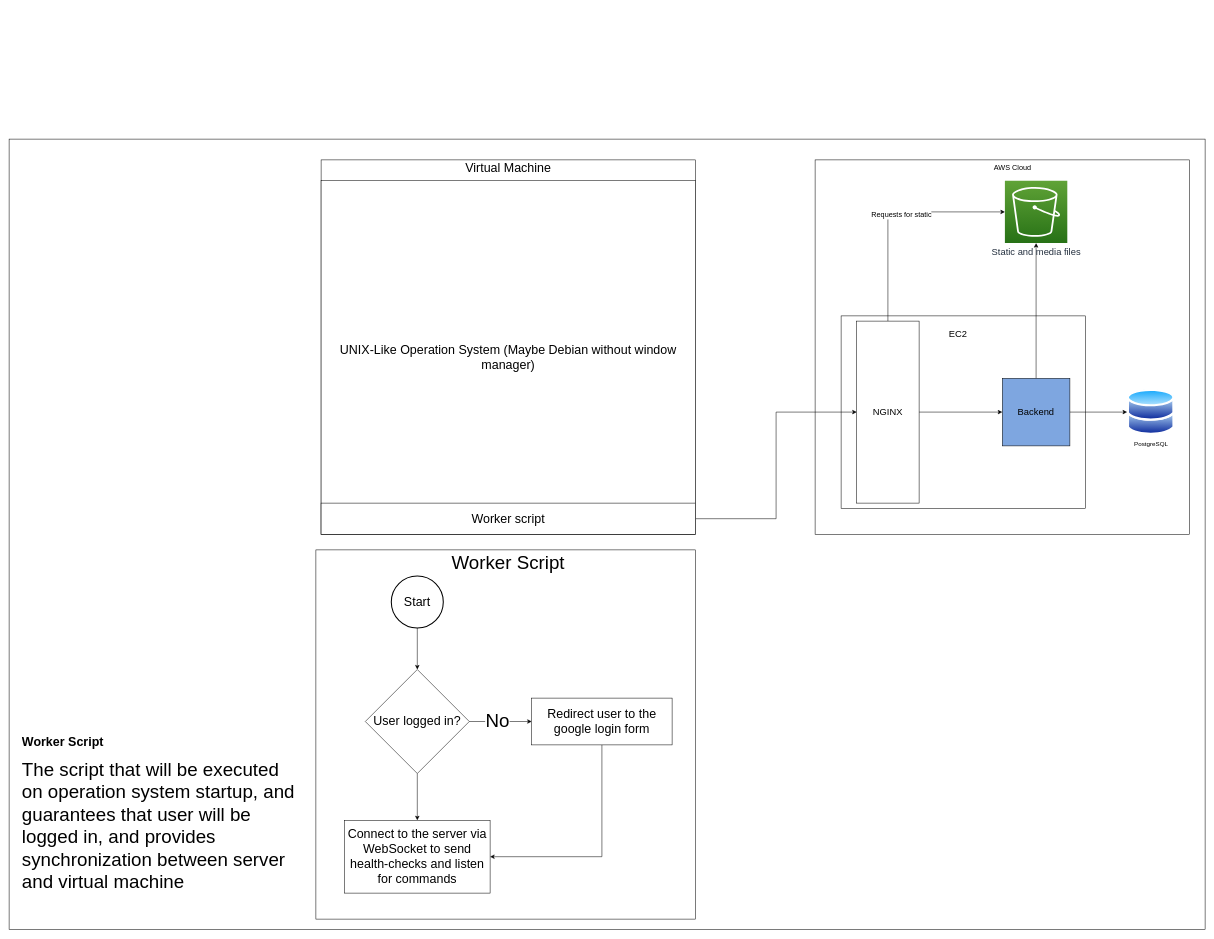
Above: docs/masters_project.drawio in qerdcv/masters-project (draw.io), before the change. Source tidied: cells renumbered, new cells numbered last; positions are measured from the earlier drawing's top-left corner, leaving out a move shared by most shapes. Both pictures are drawn from the tidied source at 52%, with x=0, y=0 at pixel (9, 139).
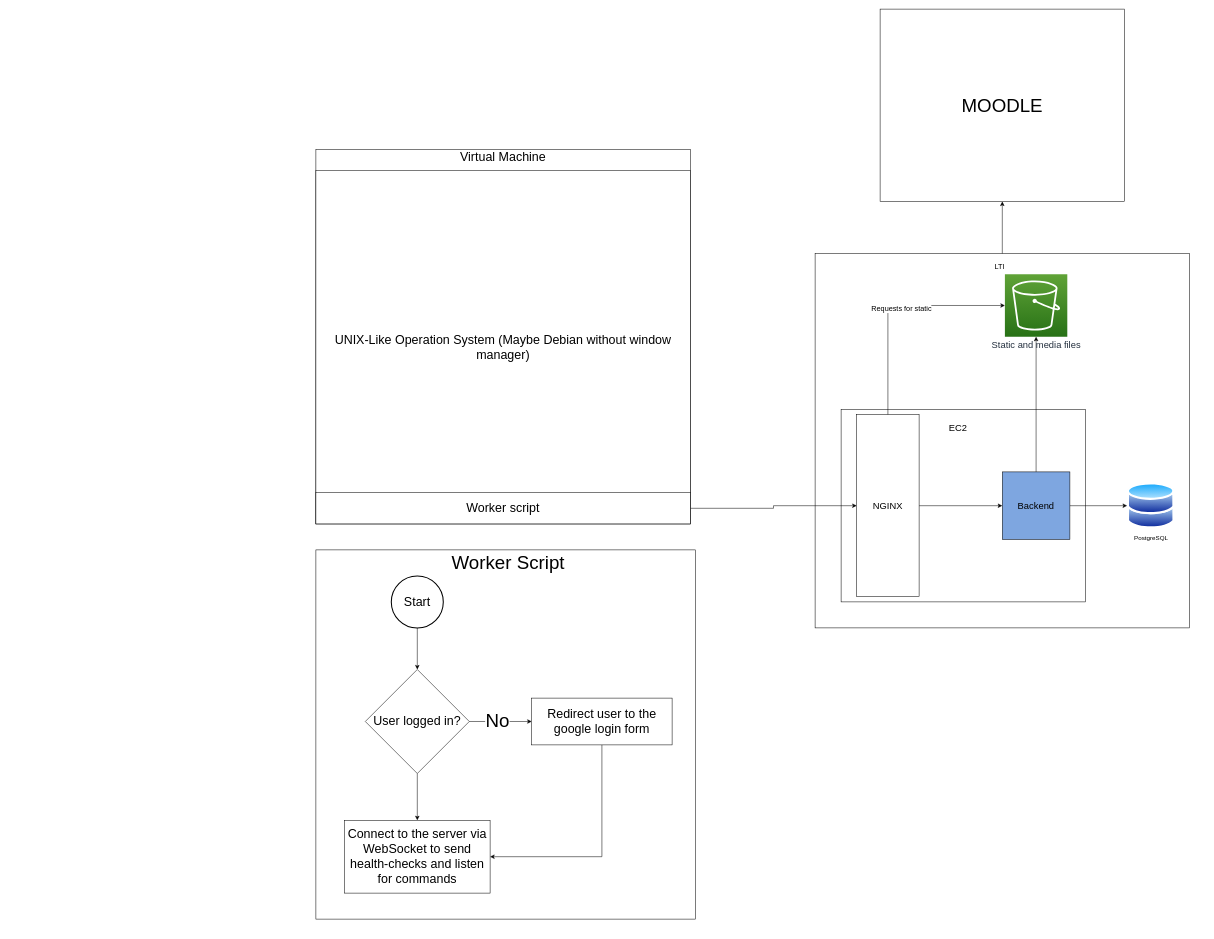
The same diagram, later.

The edit, as a diff of the source:
```diff
@@
-    <mxCell id="2" style="rounded=0;whiteSpace=wrap;html=1;" parent="1" vertex="1">
-      <mxGeometry width="2300" height="1520" as="geometry" />
-    </mxCell>
@@
+    <mxCell id="33" style="edgeStyle=orthogonalEdgeStyle;rounded=0;jettySize=auto;html=1;" parent="1" edge="1" source="4" target="34">
+      <mxGeometry relative="1" as="geometry" />
+    </mxCell>
     <mxCell id="4" style="whiteSpace=wrap;html=1;fillColor=none;" parent="1" vertex="1">
-      <mxGeometry x="1550" y="40" width="720" height="720" as="geometry" />
+      <mxGeometry x="1550" y="220" width="720" height="720" as="geometry" />
     </mxCell>
     <mxCell id="5" style="rounded=0;whiteSpace=wrap;html=1;" parent="1" vertex="1">
-      <mxGeometry x="1600" y="340" width="470" height="370" as="geometry" />
+      <mxGeometry x="1600" y="520" width="470" height="370" as="geometry" />
     </mxCell>
@@
     <mxCell id="8" value="&lt;font style=&quot;font-size: 18px;&quot;&gt;Backend&lt;/font&gt;" style="whiteSpace=wrap;html=1;fillColor=#7EA6E0;" parent="1" vertex="1">
-      <mxGeometry x="1910" y="460" width="130" height="130" as="geometry" />
+      <mxGeometry x="1910" y="640" width="130" height="130" as="geometry" />
     </mxCell>
     <mxCell id="9" value="&lt;font style=&quot;font-size: 18px;&quot;&gt;EC2&lt;/font&gt;" style="text;html=1;strokeColor=none;fillColor=none;align=center;verticalAlign=middle;whiteSpace=wrap;rounded=0;" parent="1" vertex="1">
-      <mxGeometry x="1795" y="360" width="60" height="30" as="geometry" />
+      <mxGeometry x="1795" y="540" width="60" height="30" as="geometry" />
     </mxCell>
@@
     <mxCell id="13" value="&lt;font style=&quot;font-size: 18px;&quot;&gt;NGINX&lt;/font&gt;" style="rounded=0;whiteSpace=wrap;html=1;" parent="1" vertex="1">
-      <mxGeometry x="1630" y="350" width="120" height="350" as="geometry" />
+      <mxGeometry x="1630" y="530" width="120" height="350" as="geometry" />
     </mxCell>
     <mxCell id="14" value="PostgreSQL" style="image;perimeter=ellipsePerimeter;html=1;align=center;shadow=0;dashed=0;spacingTop=3;image=img/lib/active_directory/databases.svg;" parent="1" vertex="1">
-      <mxGeometry x="2150" y="480" width="91.8" height="90" as="geometry" />
+      <mxGeometry x="2150" y="660" width="91.8" height="90" as="geometry" />
     </mxCell>
     <mxCell id="15" value="&lt;font style=&quot;font-size: 18px;&quot;&gt;Static and media files&lt;/font&gt;" style="sketch=0;points=[[0,0,0],[0.25,0,0],[0.5,0,0],[0.75,0,0],[1,0,0],[0,1,0],[0.25,1,0],[0.5,1,0],[0.75,1,0],[1,1,0],[0,0.25,0],[0,0.5,0],[0,0.75,0],[1,0.25,0],[1,0.5,0],[1,0.75,0]];outlineConnect=0;fontColor=#232F3E;gradientColor=#60A337;gradientDirection=north;fillColor=#277116;strokeColor=#ffffff;dashed=0;verticalLabelPosition=bottom;verticalAlign=top;align=center;html=1;fontSize=12;fontStyle=0;shape=mxgraph.aws4.resourceIcon;resIcon=mxgraph.aws4.s3;" parent="1" vertex="1">
-      <mxGeometry x="1915" y="80" width="120" height="120" as="geometry" />
+      <mxGeometry x="1915" y="260" width="120" height="120" as="geometry" />
     </mxCell>
-    <mxCell id="16" value="&lt;font style=&quot;font-size: 14px;&quot;&gt;AWS Cloud&lt;br&gt;&lt;/font&gt;" style="text;html=1;strokeColor=none;fillColor=none;align=center;verticalAlign=middle;whiteSpace=wrap;rounded=0;" parent="1" vertex="1">
-      <mxGeometry x="1880" y="40" width="100" height="30" as="geometry" />
+    <mxCell id="16" value="&lt;font style=&quot;font-size: 14px;&quot;&gt;LTI&lt;br&gt;&lt;/font&gt;" style="text;html=1;strokeColor=none;fillColor=none;align=center;verticalAlign=middle;whiteSpace=wrap;rounded=0;" parent="1" vertex="1">
+      <mxGeometry x="1855" y="230" width="100" height="30" as="geometry" />
     </mxCell>
     <mxCell id="17" style="whiteSpace=wrap;html=1;fillColor=none;" parent="1" vertex="1">
-      <mxGeometry x="600" y="40" width="720" height="720" as="geometry" />
+      <mxGeometry x="590" y="20" width="720" height="720" as="geometry" />
     </mxCell>
     <mxCell id="18" value="&lt;font style=&quot;font-size: 24px;&quot;&gt;Virtual Machine&lt;/font&gt;" style="text;html=1;strokeColor=none;fillColor=none;align=center;verticalAlign=middle;whiteSpace=wrap;rounded=0;" parent="1" vertex="1">
-      <mxGeometry x="865" y="40" width="190" height="30" as="geometry" />
+      <mxGeometry x="855" y="20" width="190" height="30" as="geometry" />
     </mxCell>
     <mxCell id="19" value="&lt;font style=&quot;font-size: 24px;&quot;&gt;UNIX-Like Operation System (Maybe Debian without window manager)&lt;/font&gt;" style="rounded=0;whiteSpace=wrap;html=1;" parent="1" vertex="1">
-      <mxGeometry x="600" y="80" width="720" height="680" as="geometry" />
+      <mxGeometry x="590" y="60" width="720" height="680" as="geometry" />
     </mxCell>
@@
     <mxCell id="21" value="&lt;font style=&quot;font-size: 24px;&quot;&gt;Worker script&lt;/font&gt;" style="rounded=0;whiteSpace=wrap;html=1;" parent="1" vertex="1">
-      <mxGeometry x="600" y="700" width="720" height="60" as="geometry" />
+      <mxGeometry x="590" y="680" width="720" height="60" as="geometry" />
     </mxCell>
-    <mxCell id="22" value="&lt;h1&gt;&lt;font style=&quot;font-size: 24px;&quot;&gt;Worker Script&lt;/font&gt;&lt;/h1&gt;&lt;div&gt;&lt;font style=&quot;font-size: 36px;&quot;&gt;The script that will be executed on operation system startup, and guarantees that user will be logged in, and provides synchronization between server and virtual machine&amp;nbsp;&lt;/font&gt;&lt;/div&gt;" style="text;html=1;strokeColor=none;fillColor=none;spacing=5;spacingTop=-20;whiteSpace=wrap;overflow=hidden;rounded=0;" parent="1" vertex="1">
-      <mxGeometry x="20" y="1140" width="550" height="360" as="geometry" />
-    </mxCell>
@@
+    <mxCell id="34" value="&lt;font style=&quot;font-size: 36px;&quot;&gt;MOODLE&lt;/font&gt;" style="rounded=0;whiteSpace=wrap;html=1;" parent="1" vertex="1">
+      <mxGeometry x="1675" y="-250" width="470" height="370" as="geometry" />
+    </mxCell>
```
